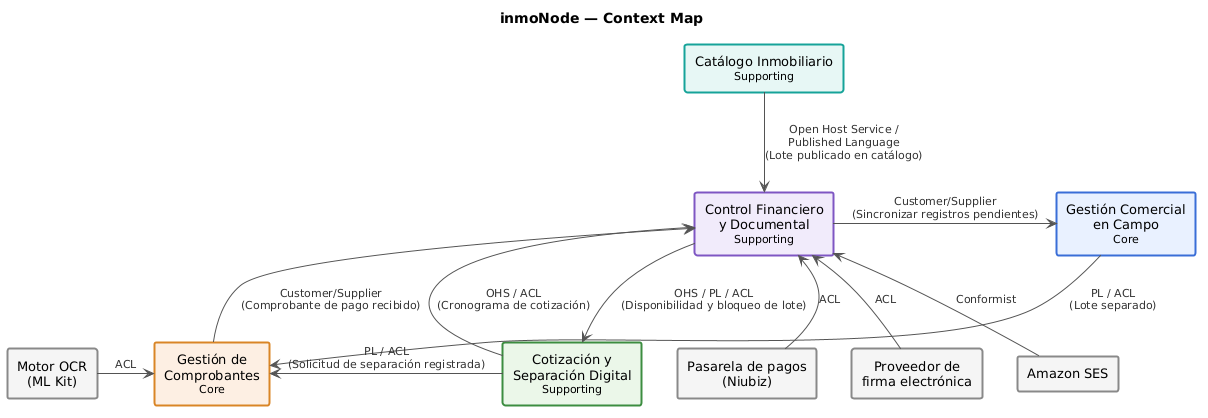
This is assets/cap2/Context-Map.png from 1ACC0238-2620-13981-NovaCorp-InmoNode/InmoNode-Project-Report, a PlantUML export, as it was before one commit.
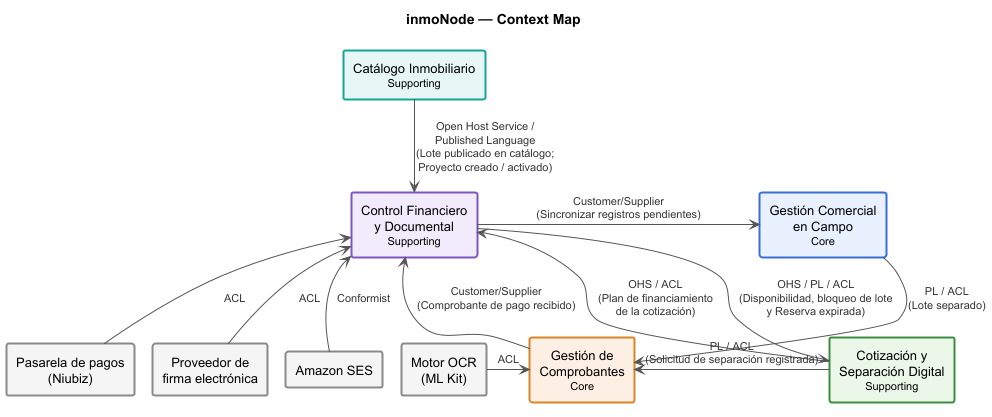
Above is the later version.

The edit, as a diff of the source:
```diff
@@ -1,4 +1,5 @@
 @startuml
+!pragma layout smetana
 skinparam backgroundColor white
 skinparam componentStyle rectangle
 skinparam defaultTextAlignment center
@@ -25,10 +26,10 @@
 component "Proveedor de\nfirma electrónica" as SIGN #F5F5F5;line:888888
 component "Amazon SES" as SES #F5F5F5;line:888888
 
-CAT -down-> CFD : "Open Host Service /\nPublished Language\n(Lote publicado en catálogo)"
+CAT -down-> CFD : "Open Host Service /\nPublished Language\n(Lote publicado en catálogo;\nProyecto creado / activado)"
 CFD -right-> GCC : "Customer/Supplier\n(Sincronizar registros pendientes)"
-CFD -down-> CSD : "OHS / PL / ACL\n(Disponibilidad y bloqueo de lote)"
-CSD -up-> CFD : "OHS / ACL\n(Cronograma de cotización)"
+CFD -down-> CSD : "OHS / PL / ACL\n(Disponibilidad, bloqueo de lote\ny Reserva expirada)"
+CSD -up-> CFD : "OHS / ACL\n(Plan de financiamiento\nde la cotización)"
 GCC -down-> GC : "PL / ACL\n(Lote separado)"
 CSD -left-> GC : "PL / ACL\n(Solicitud de separación registrada)"
 GC -up-> CFD : "Customer/Supplier\n(Comprobante de pago recibido)"
```
